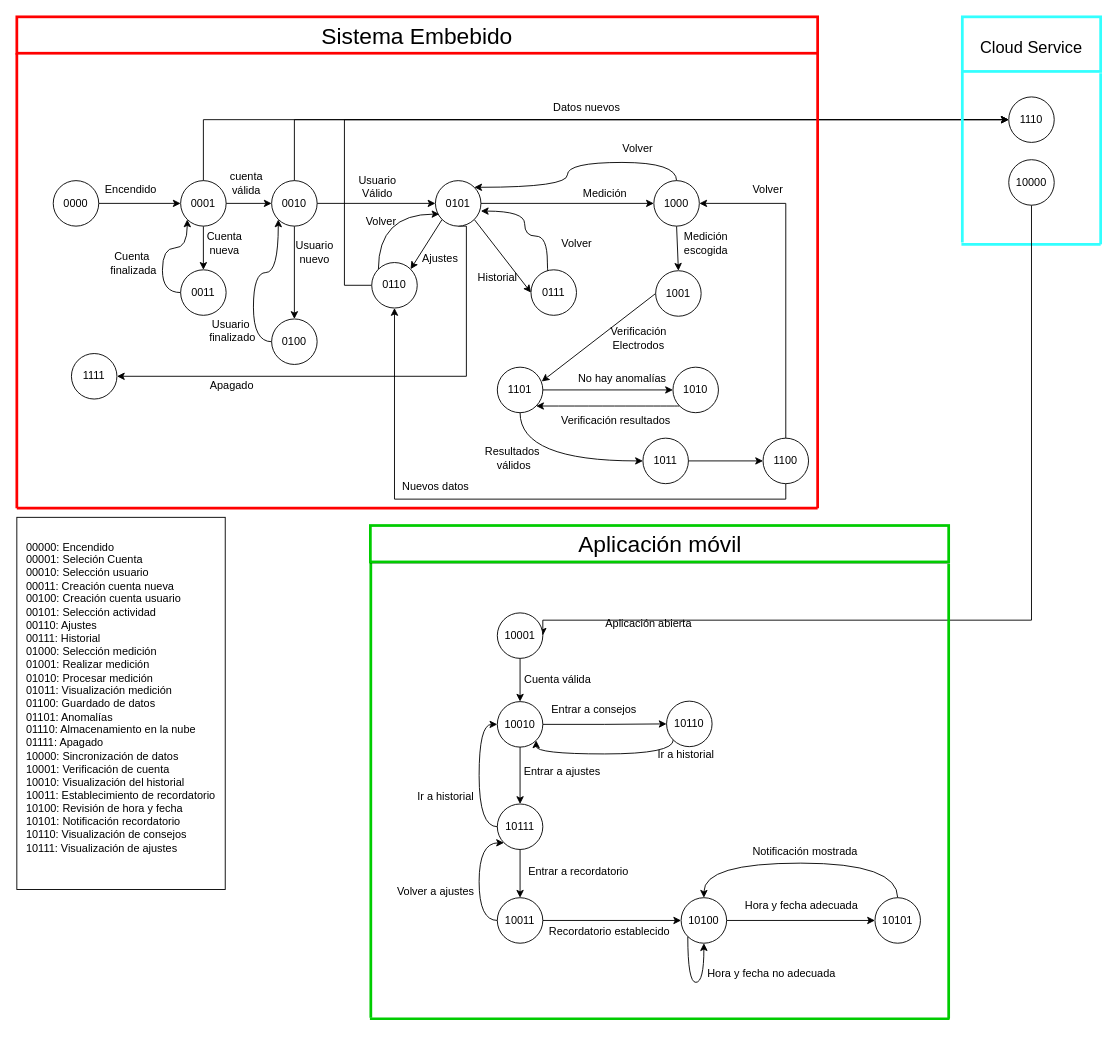
The draw.io diagram Tercera_Fase/Diagramas de software/Diagrama_Estados.drawio in Angeloib98/BIATRONIC, before the edit. Source tidied: cells renumbered, new cells numbered last; positions are measured from the earlier drawing's top-left corner, leaving out a move shared by most shapes. Both pictures are drawn from the tidied source at 91%, with x=0, y=0 at pixel (16, 16).
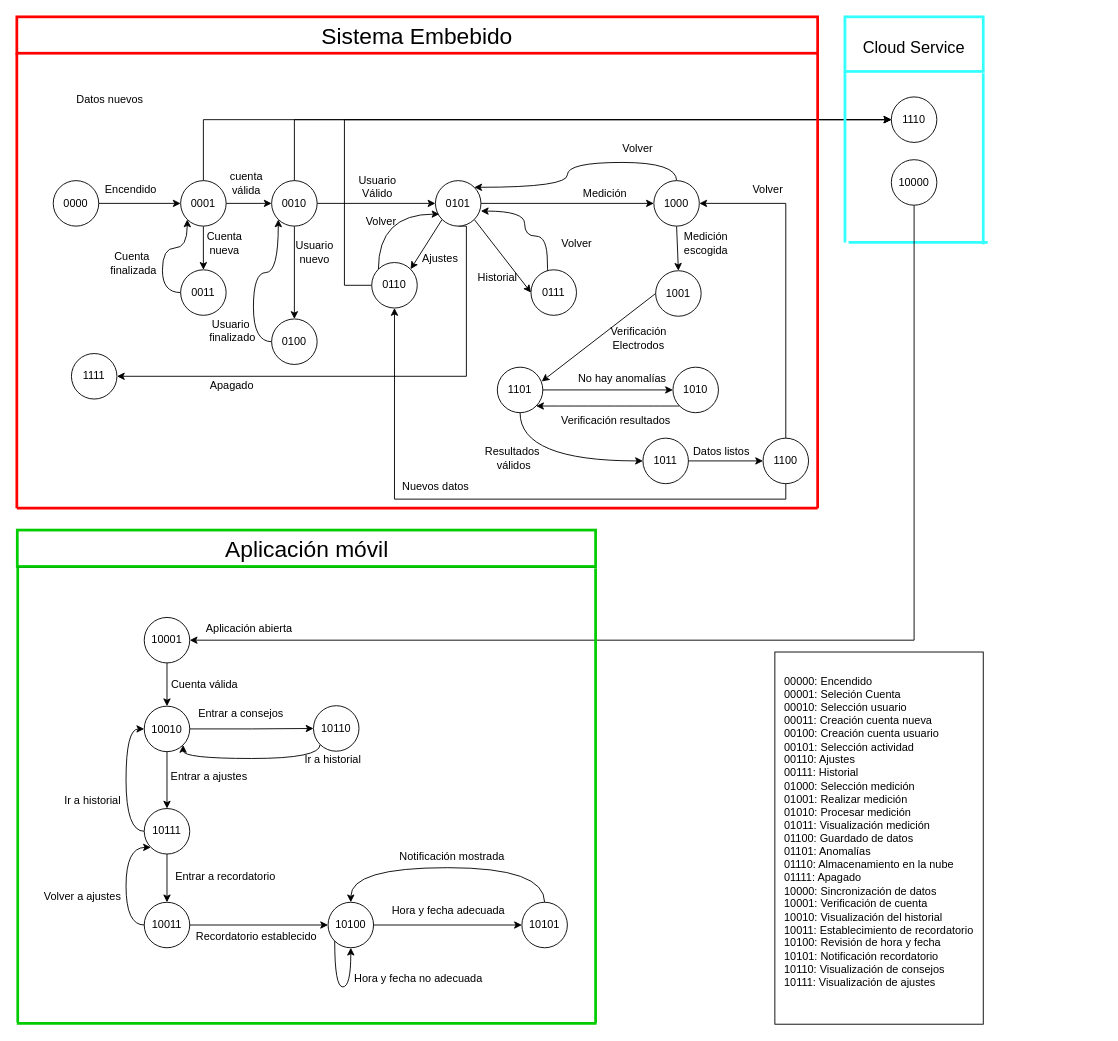
After the change.

The change refers to these unchanged cells:
```xml
<mxCell id="8" value="0001" style="ellipse;whiteSpace=wrap;html=1;" parent="1" vertex="1">
  <mxGeometry x="180" y="180" width="50" height="50" as="geometry" />
</mxCell>
<mxCell id="12" value="0010" style="ellipse;whiteSpace=wrap;html=1;" parent="1" vertex="1">
  <mxGeometry x="280" y="180" width="50" height="50" as="geometry" />
</mxCell>
```

What changed in the source:
```diff
@@
     <mxCell id="4" value="&lt;div style=&quot;text-align: left&quot;&gt;&lt;span&gt;00000: Encendido&lt;/span&gt;&lt;/div&gt;&lt;div style=&quot;text-align: left&quot;&gt;&lt;span&gt;00001: Seleción Cuenta&lt;/span&gt;&lt;/div&gt;&lt;div style=&quot;text-align: left&quot;&gt;&lt;span&gt;00010: Selección usuario&lt;/span&gt;&lt;/div&gt;&lt;div style=&quot;text-align: left&quot;&gt;&lt;span&gt;00011: Creación cuenta nueva&lt;/span&gt;&lt;/div&gt;&lt;div style=&quot;text-align: left&quot;&gt;&lt;span&gt;00100: Creación cuenta usuario&lt;/span&gt;&lt;/div&gt;&lt;div style=&quot;text-align: left&quot;&gt;&lt;span&gt;00101: Selección actividad&lt;/span&gt;&lt;/div&gt;&lt;div style=&quot;text-align: left&quot;&gt;&lt;span&gt;00110: Ajustes&amp;nbsp;&lt;/span&gt;&lt;/div&gt;&lt;div style=&quot;text-align: left&quot;&gt;&lt;span&gt;00111: Historial&lt;/span&gt;&lt;/div&gt;&lt;div style=&quot;text-align: left&quot;&gt;&lt;span&gt;01000: Selección medición&lt;/span&gt;&lt;/div&gt;&lt;div style=&quot;text-align: left&quot;&gt;&lt;span&gt;01001: Realizar medición&lt;/span&gt;&lt;/div&gt;&lt;div style=&quot;text-align: left&quot;&gt;&lt;span&gt;01010: Procesar medición&lt;/span&gt;&lt;/div&gt;&lt;div style=&quot;text-align: left&quot;&gt;&lt;span&gt;01011: Visualización medición&lt;/span&gt;&lt;/div&gt;&lt;div style=&quot;text-align: left&quot;&gt;&lt;span&gt;01100: Guardado de datos&lt;/span&gt;&lt;/div&gt;&lt;div style=&quot;text-align: left&quot;&gt;&lt;span&gt;01101: Anomalías&lt;/span&gt;&lt;/div&gt;&lt;div style=&quot;text-align: left&quot;&gt;&lt;span&gt;01110: Almacenamiento en la nube&amp;nbsp;&lt;/span&gt;&lt;/div&gt;&lt;div style=&quot;text-align: left&quot;&gt;&lt;span&gt;01111: Apagado&lt;/span&gt;&lt;/div&gt;&lt;div style=&quot;text-align: left&quot;&gt;&lt;span&gt;10000: Sincronización de datos&lt;/span&gt;&lt;/div&gt;&lt;div style=&quot;text-align: left&quot;&gt;&lt;span&gt;10001: Verificación de cuenta&lt;/span&gt;&lt;/div&gt;&lt;div style=&quot;text-align: left&quot;&gt;&lt;span&gt;10010: Visualización del historial&lt;/span&gt;&lt;/div&gt;&lt;div style=&quot;text-align: left&quot;&gt;&lt;span&gt;10011: Establecimiento de recordatorio&lt;/span&gt;&lt;/div&gt;&lt;div style=&quot;text-align: left&quot;&gt;&lt;span&gt;10100: Revisión de hora y fecha&lt;/span&gt;&lt;/div&gt;&lt;div style=&quot;text-align: left&quot;&gt;&lt;span&gt;10101: Notificación recordatorio&lt;/span&gt;&lt;/div&gt;&lt;div style=&quot;text-align: left&quot;&gt;&lt;span&gt;10110: Visualización de consejos&lt;/span&gt;&lt;/div&gt;&lt;div style=&quot;text-align: left&quot;&gt;&lt;span&gt;10111: Visualización de ajustes&lt;/span&gt;&lt;/div&gt;&lt;div style=&quot;text-align: left&quot;&gt;&lt;br&gt;&lt;/div&gt;" style="text;html=1;strokeColor=default;fillColor=none;align=center;verticalAlign=middle;whiteSpace=wrap;rounded=0;" parent="1" vertex="1">
-      <mxGeometry y="550" width="229" height="409" as="geometry" />
+      <mxGeometry x="833" y="698" width="229" height="409" as="geometry" />
     </mxCell>
@@
     <mxCell id="7" style="edgeStyle=orthogonalEdgeStyle;rounded=0;jettySize=auto;html=1;exitX=0.5;exitY=0;exitDx=0;exitDy=0;entryX=0;entryY=0.5;entryDx=0;entryDy=0;strokeColor=#000000;" parent="1" edge="1" source="8" target="33">
-      <mxGeometry relative="1" as="geometry" />
+      <mxGeometry relative="1" as="geometry">
+        <Array as="points">
+          <mxPoint x="205" y="113" />
+        </Array>
+      </mxGeometry>
     </mxCell>
@@
     <mxCell id="11" style="edgeStyle=orthogonalEdgeStyle;rounded=0;jettySize=auto;html=1;exitX=0.5;exitY=0;exitDx=0;exitDy=0;entryX=0;entryY=0.5;entryDx=0;entryDy=0;strokeColor=#000000;" parent="1" edge="1" source="12" target="33">
-      <mxGeometry relative="1" as="geometry" />
+      <mxGeometry relative="1" as="geometry">
+        <Array as="points">
+          <mxPoint x="305" y="113" />
+        </Array>
+      </mxGeometry>
     </mxCell>
@@
     <mxCell id="33" value="1110" style="ellipse;whiteSpace=wrap;html=1;" parent="1" vertex="1">
-      <mxGeometry x="1090" y="88" width="50" height="50" as="geometry" />
+      <mxGeometry x="961" y="88" width="50" height="50" as="geometry" />
     </mxCell>
@@
     <mxCell id="49" style="endArrow=none;html=1;rounded=0;fontSize=25;strokeColor=#33FFFF;strokeWidth=3;" parent="1" edge="1">
       <mxGeometry relative="1" as="geometry">
-        <mxPoint x="1039" y="248" as="sourcePoint" />
-        <mxPoint x="1039" y="60" as="targetPoint" />
+        <mxPoint x="910" y="248" as="sourcePoint" />
+        <mxPoint x="910" y="60" as="targetPoint" />
       </mxGeometry>
     </mxCell>
     <mxCell id="50" style="endArrow=none;html=1;rounded=0;fontSize=25;strokeColor=#33FFFF;strokeWidth=3;" parent="1" edge="1">
       <mxGeometry relative="1" as="geometry">
-        <mxPoint x="1038" y="250" as="sourcePoint" />
-        <mxPoint x="1191" y="250" as="targetPoint" />
+        <mxPoint x="914" y="247.8" as="sourcePoint" />
+        <mxPoint x="1067" y="247.8" as="targetPoint" />
       </mxGeometry>
     </mxCell>
     <mxCell id="51" style="endArrow=none;html=1;rounded=0;fontSize=25;strokeColor=#000000;" parent="1" edge="1">
       <mxGeometry relative="1" as="geometry">
-        <mxPoint x="1039" y="59" as="sourcePoint" />
-        <mxPoint x="1192" y="59" as="targetPoint" />
+        <mxPoint x="910" y="59" as="sourcePoint" />
+        <mxPoint x="1063" y="59" as="targetPoint" />
       </mxGeometry>
     </mxCell>
     <mxCell id="52" value="&lt;font style=&quot;font-size: 18px&quot;&gt;Cloud Service&lt;/font&gt;" style="rounded=0;whiteSpace=wrap;html=1;shadow=0;glass=0;sketch=0;fontSize=25;strokeColor=#33FFFF;align=center;strokeWidth=3;" parent="1" vertex="1">
-      <mxGeometry x="1039" width="152" height="60" as="geometry" />
+      <mxGeometry x="910" width="152" height="60" as="geometry" />
     </mxCell>
-    <mxCell id="53" style="edgeStyle=orthogonalEdgeStyle;rounded=0;jettySize=auto;html=1;exitX=0.5;exitY=1;exitDx=0;exitDy=0;startArrow=none;startFill=0;strokeColor=#000000;entryX=1;entryY=0.5;entryDx=0;entryDy=0;" parent="1" edge="1" source="54" target="57">
-      <mxGeometry relative="1" as="geometry">
-        <Array as="points">
-          <mxPoint x="1115" y="663" />
-        </Array>
-      </mxGeometry>
+    <mxCell id="53" style="edgeStyle=orthogonalEdgeStyle;rounded=0;jettySize=auto;html=1;exitX=0.5;exitY=1;exitDx=0;exitDy=0;entryX=1;entryY=0.5;entryDx=0;entryDy=0;shadow=0;fontColor=#000000;startArrow=none;startFill=0;strokeColor=#000000;strokeWidth=1;" parent="1" edge="1" source="54" target="57">
+      <mxGeometry relative="1" as="geometry" />
     </mxCell>
     <mxCell id="54" value="10000" style="ellipse;whiteSpace=wrap;html=1;" parent="1" vertex="1">
-      <mxGeometry x="1090" y="157" width="50" height="50" as="geometry" />
+      <mxGeometry x="961" y="157" width="50" height="50" as="geometry" />
     </mxCell>
     <mxCell id="55" style="endArrow=none;html=1;rounded=0;fontSize=25;strokeColor=#33FFFF;strokeWidth=3;" parent="1" edge="1">
       <mxGeometry relative="1" as="geometry">
-        <mxPoint x="1191" y="250" as="sourcePoint" />
-        <mxPoint x="1191" y="62" as="targetPoint" />
+        <mxPoint x="1062" y="250" as="sourcePoint" />
+        <mxPoint x="1062" y="62" as="targetPoint" />
       </mxGeometry>
     </mxCell>
@@
     <mxCell id="57" value="10001" style="ellipse;whiteSpace=wrap;html=1;" parent="1" vertex="1">
-      <mxGeometry x="528" y="655" width="50" height="50" as="geometry" />
+      <mxGeometry x="140" y="660" width="50" height="50" as="geometry" />
     </mxCell>
@@
     <mxCell id="60" value="10010" style="ellipse;whiteSpace=wrap;html=1;" parent="1" vertex="1">
-      <mxGeometry x="528" y="752.5" width="50" height="50" as="geometry" />
+      <mxGeometry x="140" y="757.5" width="50" height="50" as="geometry" />
     </mxCell>
@@
     <mxCell id="62" style="edgeStyle=orthogonalEdgeStyle;curved=1;rounded=0;jettySize=auto;html=1;exitX=0;exitY=0.5;exitDx=0;exitDy=0;entryX=0;entryY=1;entryDx=0;entryDy=0;startArrow=none;startFill=0;strokeColor=#000000;" parent="1" edge="1" source="63" target="78">
       <mxGeometry relative="1" as="geometry">
         <Array as="points">
-          <mxPoint x="508" y="993" />
-          <mxPoint x="508" y="908" />
+          <mxPoint x="120" y="998" />
+          <mxPoint x="120" y="913" />
         </Array>
       </mxGeometry>
     </mxCell>
     <mxCell id="63" value="10011" style="ellipse;whiteSpace=wrap;html=1;" parent="1" vertex="1">
-      <mxGeometry x="528" y="968" width="50" height="50" as="geometry" />
+      <mxGeometry x="140" y="973" width="50" height="50" as="geometry" />
     </mxCell>
@@
     <mxCell id="65" value="10100" style="ellipse;whiteSpace=wrap;html=1;" parent="1" vertex="1">
-      <mxGeometry x="730" y="968" width="50" height="50" as="geometry" />
+      <mxGeometry x="342" y="973" width="50" height="50" as="geometry" />
     </mxCell>
     <mxCell id="66" style="edgeStyle=orthogonalEdgeStyle;curved=1;rounded=0;jettySize=auto;html=1;exitX=0.5;exitY=0;exitDx=0;exitDy=0;entryX=0.5;entryY=0;entryDx=0;entryDy=0;startArrow=none;startFill=0;strokeColor=#000000;" parent="1" edge="1" source="67" target="65">
       <mxGeometry relative="1" as="geometry">
         <Array as="points">
-          <mxPoint x="968" y="930" />
-          <mxPoint x="755" y="930" />
+          <mxPoint x="580" y="935" />
+          <mxPoint x="367" y="935" />
         </Array>
       </mxGeometry>
     </mxCell>
     <mxCell id="67" value="10101" style="ellipse;whiteSpace=wrap;html=1;" parent="1" vertex="1">
-      <mxGeometry x="943" y="968" width="50" height="50" as="geometry" />
+      <mxGeometry x="555" y="973" width="50" height="50" as="geometry" />
     </mxCell>
     <mxCell id="68" style="edgeStyle=orthogonalEdgeStyle;rounded=0;jettySize=auto;html=1;exitX=0;exitY=1;exitDx=0;exitDy=0;entryX=1;entryY=1;entryDx=0;entryDy=0;startArrow=none;startFill=0;strokeColor=#000000;curved=1;" parent="1" edge="1" source="69" target="60">
       <mxGeometry relative="1" as="geometry">
         <Array as="points">
-          <mxPoint x="721" y="810" />
-          <mxPoint x="571" y="810" />
+          <mxPoint x="333" y="815" />
+          <mxPoint x="183" y="815" />
         </Array>
       </mxGeometry>
     </mxCell>
     <mxCell id="69" value="10110" style="ellipse;whiteSpace=wrap;html=1;" parent="1" vertex="1">
-      <mxGeometry x="714" y="752" width="50" height="50" as="geometry" />
+      <mxGeometry x="326" y="757" width="50" height="50" as="geometry" />
     </mxCell>
     <mxCell id="70" value="Cuenta válida" style="text;html=1;align=center;verticalAlign=middle;strokeColor=none;fillColor=none;" parent="1" vertex="1">
-      <mxGeometry x="552" y="720" width="83" height="17" as="geometry" />
+      <mxGeometry x="164" y="725" width="83" height="17" as="geometry" />
     </mxCell>
     <mxCell id="71" value="Entrar a recordatorio" style="text;html=1;align=center;verticalAlign=middle;strokeColor=none;fillColor=none;" parent="1" vertex="1">
-      <mxGeometry x="557" y="931" width="120" height="17" as="geometry" />
+      <mxGeometry x="169" y="936" width="120" height="17" as="geometry" />
     </mxCell>
     <mxCell id="72" value="Hora y fecha no adecuada" style="text;html=1;align=center;verticalAlign=middle;strokeColor=none;fillColor=none;" parent="1" vertex="1">
-      <mxGeometry x="753" y="1043" width="151" height="17" as="geometry" />
+      <mxGeometry x="365" y="1048" width="151" height="17" as="geometry" />
     </mxCell>
     <mxCell id="73" value="Hora y fecha adecuada" style="text;html=1;align=center;verticalAlign=middle;strokeColor=none;fillColor=none;" parent="1" vertex="1">
-      <mxGeometry x="795" y="968" width="134" height="17" as="geometry" />
+      <mxGeometry x="407" y="973" width="134" height="17" as="geometry" />
     </mxCell>
     <mxCell id="74" value="Aplicación abierta" style="text;html=1;align=center;verticalAlign=middle;strokeColor=none;fillColor=none;" parent="1" vertex="1">
-      <mxGeometry x="642" y="658" width="104" height="17" as="geometry" />
+      <mxGeometry x="203" y="663" width="104" height="17" as="geometry" />
     </mxCell>
     <mxCell id="75" value="Entrar a consejos" style="text;html=1;align=center;verticalAlign=middle;strokeColor=none;fillColor=none;" parent="1" vertex="1">
-      <mxGeometry x="582" y="752" width="103" height="17" as="geometry" />
+      <mxGeometry x="194" y="757" width="103" height="17" as="geometry" />
     </mxCell>
@@
     <mxCell id="78" value="10111" style="ellipse;whiteSpace=wrap;html=1;" parent="1" vertex="1">
-      <mxGeometry x="528" y="865" width="50" height="50" as="geometry" />
+      <mxGeometry x="140" y="870" width="50" height="50" as="geometry" />
     </mxCell>
     <mxCell id="79" value="Entrar a ajustes" style="text;html=1;align=center;verticalAlign=middle;strokeColor=none;fillColor=none;" parent="1" vertex="1">
-      <mxGeometry x="552" y="821" width="94" height="17" as="geometry" />
+      <mxGeometry x="164" y="826" width="94" height="17" as="geometry" />
     </mxCell>
     <mxCell id="80" value="Ir a historial" style="text;html=1;align=center;verticalAlign=middle;strokeColor=none;fillColor=none;" parent="1" vertex="1">
-      <mxGeometry x="699" y="802" width="72" height="17" as="geometry" />
+      <mxGeometry x="311" y="807" width="72" height="17" as="geometry" />
     </mxCell>
     <mxCell id="81" value="Ir a historial" style="text;html=1;align=center;verticalAlign=middle;strokeColor=none;fillColor=none;" parent="1" vertex="1">
-      <mxGeometry x="435" y="848" width="72" height="17" as="geometry" />
+      <mxGeometry x="47" y="853" width="72" height="17" as="geometry" />
     </mxCell>
     <mxCell id="82" style="edgeStyle=orthogonalEdgeStyle;rounded=0;orthogonalLoop=1;jettySize=auto;html=1;exitX=0;exitY=1;exitDx=0;exitDy=0;entryX=0.5;entryY=1;entryDx=0;entryDy=0;startArrow=none;startFill=0;strokeColor=#000000;curved=1;" parent="1" edge="1" source="65" target="65">
       <mxGeometry relative="1" as="geometry">
         <Array as="points">
-          <mxPoint x="737" y="1061" />
-          <mxPoint x="755" y="1061" />
+          <mxPoint x="349" y="1066" />
+          <mxPoint x="367" y="1066" />
         </Array>
       </mxGeometry>
     </mxCell>
     <mxCell id="83" value="Recordatorio establecido" style="text;html=1;align=center;verticalAlign=middle;strokeColor=none;fillColor=none;" parent="1" vertex="1">
-      <mxGeometry x="580" y="997" width="142" height="17" as="geometry" />
+      <mxGeometry x="192" y="1002" width="142" height="17" as="geometry" />
     </mxCell>
     <mxCell id="84" value="Notificación mostrada" style="text;html=1;align=center;verticalAlign=middle;strokeColor=none;fillColor=none;" parent="1" vertex="1">
-      <mxGeometry x="803" y="909" width="126" height="17" as="geometry" />
+      <mxGeometry x="415" y="914" width="126" height="17" as="geometry" />
     </mxCell>
     <mxCell id="85" value="Volver a ajustes" style="text;html=1;align=center;verticalAlign=middle;strokeColor=none;fillColor=none;" parent="1" vertex="1">
-      <mxGeometry x="413" y="953" width="94" height="17" as="geometry" />
+      <mxGeometry x="25" y="958" width="94" height="17" as="geometry" />
     </mxCell>
     <mxCell id="86" style="endArrow=none;html=1;rounded=0;strokeColor=#00CC00;endFill=0;strokeWidth=3;" parent="1" edge="1">
       <mxGeometry relative="1" as="geometry">
-        <mxPoint x="389" y="1100" as="sourcePoint" />
-        <mxPoint x="389" y="600" as="targetPoint" />
+        <mxPoint x="1" y="1105" as="sourcePoint" />
+        <mxPoint x="1" y="605" as="targetPoint" />
       </mxGeometry>
     </mxCell>
     <mxCell id="87" style="endArrow=none;html=1;rounded=0;strokeColor=#00CC00;endFill=0;strokeWidth=3;" parent="1" edge="1">
       <mxGeometry relative="1" as="geometry">
-        <mxPoint x="1024" y="1101" as="sourcePoint" />
-        <mxPoint x="1024" y="601" as="targetPoint" />
+        <mxPoint x="636" y="1106" as="sourcePoint" />
+        <mxPoint x="636" y="606" as="targetPoint" />
       </mxGeometry>
     </mxCell>
     <mxCell id="88" style="endArrow=none;html=1;rounded=0;strokeColor=#00CC00;endFill=0;strokeWidth=3;" parent="1" edge="1">
       <mxGeometry relative="1" as="geometry">
-        <mxPoint x="388" y="1101" as="sourcePoint" />
-        <mxPoint x="1025" y="1101" as="targetPoint" />
+        <mxPoint y="1106" as="sourcePoint" />
+        <mxPoint x="637" y="1106" as="targetPoint" />
       </mxGeometry>
     </mxCell>
     <mxCell id="89" style="endArrow=none;html=1;rounded=0;strokeColor=#000000;endFill=0;" parent="1" edge="1">
       <mxGeometry relative="1" as="geometry">
-        <mxPoint x="388" y="600" as="sourcePoint" />
-        <mxPoint x="1025" y="600" as="targetPoint" />
+        <mxPoint y="605" as="sourcePoint" />
+        <mxPoint x="637" y="605" as="targetPoint" />
       </mxGeometry>
     </mxCell>
     <mxCell id="90" value="&lt;span&gt;Aplicación móvil&lt;/span&gt;" style="rounded=0;whiteSpace=wrap;html=1;shadow=0;glass=0;sketch=0;fontSize=25;strokeColor=#00CC00;align=center;strokeWidth=3;" parent="1" vertex="1">
-      <mxGeometry x="388.5" y="559" width="635.5" height="40" as="geometry" />
+      <mxGeometry x="0.5" y="564" width="635.5" height="40" as="geometry" />
     </mxCell>
@@
     <mxCell id="92" value="Datos nuevos" style="text;html=1;align=center;verticalAlign=middle;strokeColor=none;fillColor=none;" parent="1" vertex="1">
-      <mxGeometry x="584" y="91" width="83" height="17" as="geometry" />
+      <mxGeometry x="60" y="82" width="83" height="17" as="geometry" />
     </mxCell>
@@
+    <mxCell id="113" value="Datos listos" style="text;html=1;align=center;verticalAlign=middle;strokeColor=none;fillColor=none;fontColor=#000000;" parent="1" vertex="1">
+      <mxGeometry x="738" y="469" width="72" height="17" as="geometry" />
+    </mxCell>
```
